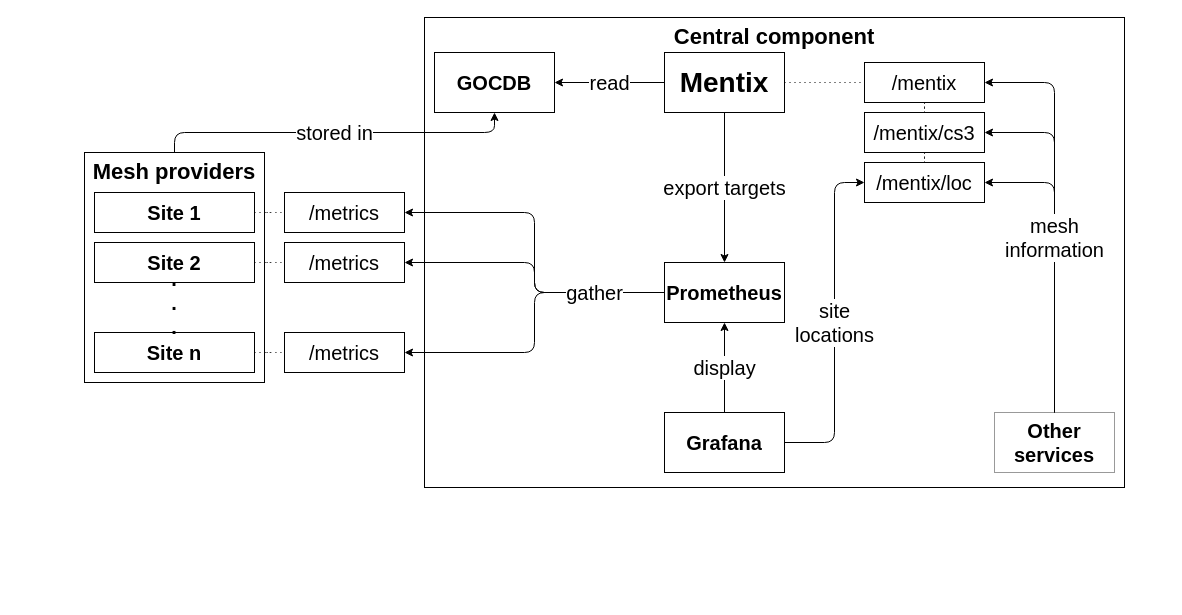
The draw.io diagram docs/mentix/mentix_flow.drawio in Daniel-WWU-IT/sciencemesh-wwu, before the edit. Source tidied: cells renumbered, new cells numbered last; positions are measured from the earlier drawing's top-left corner, leaving out a move shared by most shapes. Both pictures are drawn from the tidied source at 100%, with x=0, y=0 at pixel (84, 17).
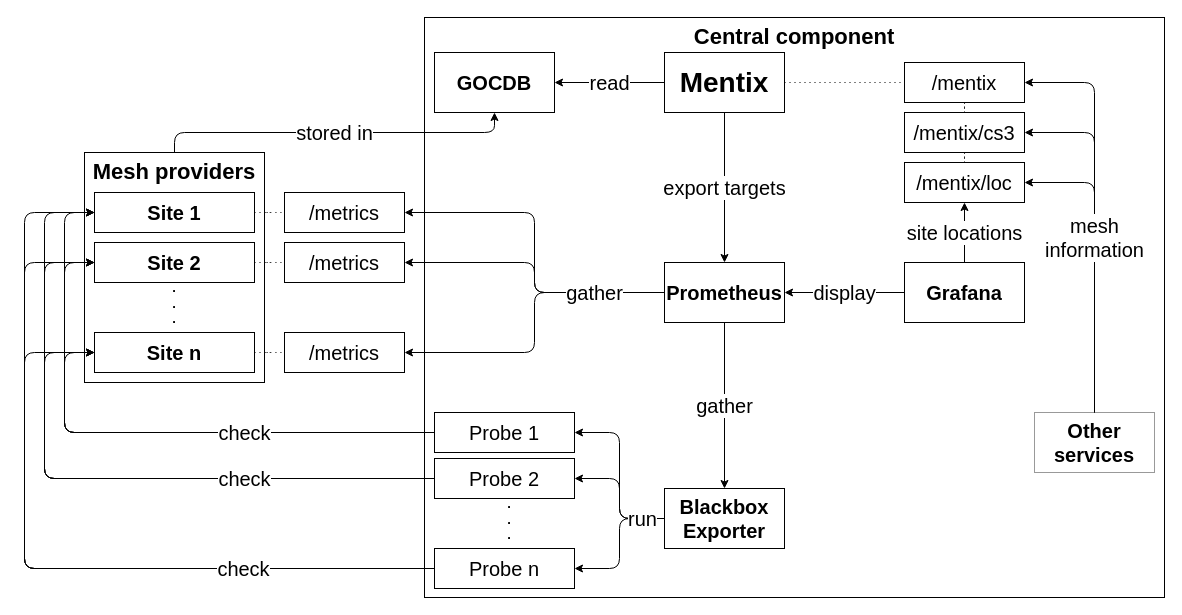
After the change.

Commit message (it also covers changes not shown here):
Include the BBE in the Mentix flow diagram

The change refers to these unchanged cells:
```xml
<mxCell id="4" value="Site 1" style="whiteSpace=wrap;html=1;sketch=0;fontSize=20;fontStyle=1;" parent="1" vertex="1">
  <mxGeometry x="10" y="175" width="160" height="40" as="geometry" />
</mxCell>
<mxCell id="6" value="Site 2" style="whiteSpace=wrap;html=1;sketch=0;fontSize=20;fontStyle=1;" parent="1" vertex="1">
  <mxGeometry x="10" y="225" width="160" height="40" as="geometry" />
</mxCell>
<mxCell id="8" value="Site n" style="whiteSpace=wrap;html=1;sketch=0;fontSize=20;fontStyle=1;" parent="1" vertex="1">
  <mxGeometry x="10" y="315" width="160" height="40" as="geometry" />
</mxCell>
<mxCell id="28" value="Prometheus" style="whiteSpace=wrap;html=1;sketch=0;fontSize=20;fontStyle=1;" parent="1" vertex="1">
  <mxGeometry x="580" y="245" width="120" height="60" as="geometry" />
</mxCell>
```

Change to the diagram source:
```diff
@@
-    <mxCell id="9" value=".&lt;br style=&quot;font-size: 20px;&quot;&gt;.&lt;br style=&quot;font-size: 20px;&quot;&gt;." style="text;html=1;strokeColor=none;fillColor=none;align=center;verticalAlign=middle;whiteSpace=wrap;sketch=0;fontStyle=1;fontSize=20;" parent="1" vertex="1">
-      <mxGeometry x="60" y="265" width="60" height="40" as="geometry" />
+    <mxCell id="9" value=".&lt;br style=&quot;font-size: 13px;&quot;&gt;.&lt;br style=&quot;font-size: 13px;&quot;&gt;." style="text;html=1;strokeColor=none;fillColor=none;align=center;verticalAlign=middle;whiteSpace=wrap;sketch=0;fontStyle=1;fontSize=13;" parent="1" vertex="1">
+      <mxGeometry x="60" y="266" width="60" height="40" as="geometry" />
     </mxCell>
     <mxCell id="10" value="Central component" style="whiteSpace=wrap;html=1;sketch=0;fontSize=22;verticalAlign=top;fontStyle=1;" parent="1" vertex="1">
-      <mxGeometry x="340" width="700" height="470" as="geometry" />
+      <mxGeometry x="340" width="740" height="580" as="geometry" />
     </mxCell>
@@
     <mxCell id="21" value="/mentix" style="whiteSpace=wrap;html=1;sketch=0;fontSize=20;" parent="1" vertex="1">
-      <mxGeometry x="780" y="45" width="120" height="40" as="geometry" />
+      <mxGeometry x="820" y="45" width="120" height="40" as="geometry" />
     </mxCell>
@@
     <mxCell id="23" value="/mentix/cs3" style="whiteSpace=wrap;html=1;sketch=0;fontSize=20;" parent="1" vertex="1">
-      <mxGeometry x="780" y="95" width="120" height="40" as="geometry" />
+      <mxGeometry x="820" y="95" width="120" height="40" as="geometry" />
     </mxCell>
     <mxCell id="24" value="&lt;span style=&quot;font-size: 20px;&quot;&gt;/mentix/loc&lt;br style=&quot;font-size: 20px;&quot;&gt;&lt;/span&gt;" style="whiteSpace=wrap;html=1;sketch=0;fontSize=20;fontStyle=0;" parent="1" vertex="1">
-      <mxGeometry x="780" y="145" width="120" height="40" as="geometry" />
+      <mxGeometry x="820" y="145" width="120" height="40" as="geometry" />
     </mxCell>
@@
+    <mxCell id="36" value="gather" style="edgeStyle=orthogonalEdgeStyle;curved=0;sketch=0;jettySize=auto;html=1;fontSize=20;" parent="1" edge="1" source="28" target="39">
+      <mxGeometry relative="1" as="geometry" />
+    </mxCell>
@@
-    <mxCell id="30" value="site&lt;br style=&quot;font-size: 20px;&quot;&gt;locations" style="edgeStyle=orthogonalEdgeStyle;curved=0;sketch=0;jettySize=auto;html=1;fontSize=20;" parent="1" edge="1" source="31" target="24">
-      <mxGeometry relative="1" as="geometry">
-        <Array as="points">
-          <mxPoint x="750" y="425" />
-          <mxPoint x="750" y="165" />
-        </Array>
-      </mxGeometry>
+    <mxCell id="30" value="site locations" style="edgeStyle=orthogonalEdgeStyle;curved=0;sketch=0;jettySize=auto;html=1;fontSize=20;" parent="1" edge="1" source="31" target="24">
+      <mxGeometry relative="1" as="geometry" />
     </mxCell>
     <mxCell id="31" value="Grafana" style="whiteSpace=wrap;html=1;sketch=0;fontSize=20;fontStyle=1;" parent="1" vertex="1">
-      <mxGeometry x="580" y="395" width="120" height="60" as="geometry" />
+      <mxGeometry x="820" y="245" width="120" height="60" as="geometry" />
     </mxCell>
     <mxCell id="32" style="edgeStyle=orthogonalEdgeStyle;curved=0;sketch=0;jettySize=auto;html=1;entryX=1;entryY=0.5;entryDx=0;entryDy=0;fontSize=20;" parent="1" edge="1" source="34" target="24">
       <mxGeometry relative="1" as="geometry">
         <Array as="points">
-          <mxPoint x="970" y="165" />
+          <mxPoint x="1010" y="165" />
         </Array>
       </mxGeometry>
     </mxCell>
     <mxCell id="33" style="edgeStyle=orthogonalEdgeStyle;curved=0;sketch=0;jettySize=auto;html=1;entryX=1;entryY=0.5;entryDx=0;entryDy=0;fontSize=20;" parent="1" edge="1" source="34" target="21">
       <mxGeometry relative="1" as="geometry">
         <Array as="points">
-          <mxPoint x="970" y="65" />
+          <mxPoint x="1010" y="65" />
         </Array>
       </mxGeometry>
     </mxCell>
     <mxCell id="34" value="Other services" style="whiteSpace=wrap;html=1;sketch=0;fontSize=20;fontStyle=1;opacity=40;glass=0;shadow=0;" parent="1" vertex="1">
-      <mxGeometry x="910" y="395" width="120" height="60" as="geometry" />
+      <mxGeometry x="950" y="395" width="120" height="60" as="geometry" />
     </mxCell>
     <mxCell id="35" value="mesh&lt;br&gt;information" style="edgeStyle=orthogonalEdgeStyle;curved=0;sketch=0;jettySize=auto;html=1;fontSize=20;" parent="1" edge="1" source="34" target="23">
       <mxGeometry relative="1" as="geometry">
         <Array as="points">
-          <mxPoint x="970" y="115" />
+          <mxPoint x="1010" y="115" />
         </Array>
       </mxGeometry>
     </mxCell>
+    <mxCell id="37" style="edgeStyle=orthogonalEdgeStyle;curved=0;sketch=0;jettySize=auto;html=1;fontSize=20;" parent="1" edge="1" source="39" target="47">
+      <mxGeometry relative="1" as="geometry" />
+    </mxCell>
+    <mxCell id="38" style="edgeStyle=orthogonalEdgeStyle;curved=0;sketch=0;jettySize=auto;html=1;entryX=1;entryY=0.5;entryDx=0;entryDy=0;fontSize=20;" parent="1" edge="1" source="39" target="43">
+      <mxGeometry relative="1" as="geometry" />
+    </mxCell>
+    <mxCell id="39" value="Blackbox&lt;br&gt;Exporter" style="whiteSpace=wrap;html=1;sketch=0;fontSize=20;fontStyle=1;" parent="1" vertex="1">
+      <mxGeometry x="580" y="471" width="120" height="60" as="geometry" />
+    </mxCell>
+    <mxCell id="40" style="edgeStyle=orthogonalEdgeStyle;curved=0;sketch=0;jettySize=auto;html=1;fontSize=20;" parent="1" edge="1" source="43" target="4">
+      <mxGeometry relative="1" as="geometry">
+        <Array as="points">
+          <mxPoint x="-20" y="415" />
+          <mxPoint x="-20" y="195" />
+        </Array>
+      </mxGeometry>
+    </mxCell>
+    <mxCell id="41" style="edgeStyle=orthogonalEdgeStyle;curved=0;sketch=0;jettySize=auto;html=1;entryX=0;entryY=0.5;entryDx=0;entryDy=0;fontSize=20;" parent="1" edge="1" source="43" target="6">
+      <mxGeometry relative="1" as="geometry">
+        <Array as="points">
+          <mxPoint x="-20" y="415" />
+          <mxPoint x="-20" y="245" />
+        </Array>
+      </mxGeometry>
+    </mxCell>
+    <mxCell id="42" value="check" style="edgeStyle=orthogonalEdgeStyle;curved=0;sketch=0;jettySize=auto;html=1;entryX=0;entryY=0.5;entryDx=0;entryDy=0;fontSize=20;" parent="1" edge="1" source="43" target="8">
+      <mxGeometry x="-0.21" relative="1" as="geometry">
+        <Array as="points">
+          <mxPoint x="-20" y="415" />
+          <mxPoint x="-20" y="335" />
+        </Array>
+      </mxGeometry>
+    </mxCell>
+    <mxCell id="43" value="Probe 1" style="whiteSpace=wrap;html=1;sketch=0;fontSize=20;" parent="1" vertex="1">
+      <mxGeometry x="350" y="395" width="140" height="40" as="geometry" />
+    </mxCell>
+    <mxCell id="44" style="edgeStyle=orthogonalEdgeStyle;curved=0;sketch=0;jettySize=auto;html=1;entryX=0;entryY=0.5;entryDx=0;entryDy=0;fontSize=20;" parent="1" edge="1" source="47" target="4">
+      <mxGeometry relative="1" as="geometry">
+        <Array as="points">
+          <mxPoint x="-40" y="461" />
+          <mxPoint x="-40" y="195" />
+        </Array>
+      </mxGeometry>
+    </mxCell>
+    <mxCell id="45" style="edgeStyle=orthogonalEdgeStyle;curved=0;sketch=0;jettySize=auto;html=1;entryX=0;entryY=0.5;entryDx=0;entryDy=0;fontSize=20;" parent="1" edge="1" source="47" target="6">
+      <mxGeometry relative="1" as="geometry">
+        <Array as="points">
+          <mxPoint x="-40" y="461" />
+          <mxPoint x="-40" y="245" />
+        </Array>
+      </mxGeometry>
+    </mxCell>
+    <mxCell id="46" value="check" style="edgeStyle=orthogonalEdgeStyle;curved=0;sketch=0;jettySize=auto;html=1;entryX=0;entryY=0.5;entryDx=0;entryDy=0;fontSize=20;" parent="1" edge="1" source="47" target="8">
+      <mxGeometry x="-0.33" relative="1" as="geometry">
+        <Array as="points">
+          <mxPoint x="-40" y="461" />
+          <mxPoint x="-40" y="335" />
+        </Array>
+      </mxGeometry>
+    </mxCell>
+    <mxCell id="47" value="Probe 2" style="whiteSpace=wrap;html=1;sketch=0;fontSize=20;" parent="1" vertex="1">
+      <mxGeometry x="350" y="441" width="140" height="40" as="geometry" />
+    </mxCell>
+    <mxCell id="48" style="edgeStyle=orthogonalEdgeStyle;curved=0;sketch=0;jettySize=auto;html=1;entryX=0;entryY=0.5;entryDx=0;entryDy=0;fontSize=20;" parent="1" edge="1" source="51" target="4">
+      <mxGeometry relative="1" as="geometry">
+        <Array as="points">
+          <mxPoint x="-60" y="551" />
+          <mxPoint x="-60" y="195" />
+        </Array>
+      </mxGeometry>
+    </mxCell>
+    <mxCell id="49" style="edgeStyle=orthogonalEdgeStyle;curved=0;sketch=0;jettySize=auto;html=1;entryX=0;entryY=0.5;entryDx=0;entryDy=0;fontSize=20;" parent="1" edge="1" source="51" target="6">
+      <mxGeometry relative="1" as="geometry">
+        <Array as="points">
+          <mxPoint x="-60" y="551" />
+          <mxPoint x="-60" y="245" />
+        </Array>
+      </mxGeometry>
+    </mxCell>
+    <mxCell id="50" value="check" style="edgeStyle=orthogonalEdgeStyle;curved=0;sketch=0;jettySize=auto;html=1;entryX=0;entryY=0.5;entryDx=0;entryDy=0;fontSize=20;" parent="1" edge="1" source="51" target="8">
+      <mxGeometry x="-0.45" relative="1" as="geometry">
+        <Array as="points">
+          <mxPoint x="-60" y="551" />
+          <mxPoint x="-60" y="335" />
+        </Array>
+      </mxGeometry>
+    </mxCell>
+    <mxCell id="51" value="Probe n" style="whiteSpace=wrap;html=1;sketch=0;fontSize=20;" parent="1" vertex="1">
+      <mxGeometry x="350" y="531" width="140" height="40" as="geometry" />
+    </mxCell>
+    <mxCell id="52" value=".&lt;br style=&quot;font-size: 13px;&quot;&gt;.&lt;br style=&quot;font-size: 13px;&quot;&gt;." style="text;html=1;strokeColor=none;fillColor=none;align=center;verticalAlign=middle;whiteSpace=wrap;sketch=0;fontStyle=1;fontSize=13;" parent="1" vertex="1">
+      <mxGeometry x="395" y="482" width="60" height="40" as="geometry" />
+    </mxCell>
+    <mxCell id="53" value="run" style="edgeStyle=orthogonalEdgeStyle;curved=0;sketch=0;jettySize=auto;html=1;fontSize=20;" parent="1" edge="1" source="39" target="51">
+      <mxGeometry x="-0.69" relative="1" as="geometry" />
+    </mxCell>
```
